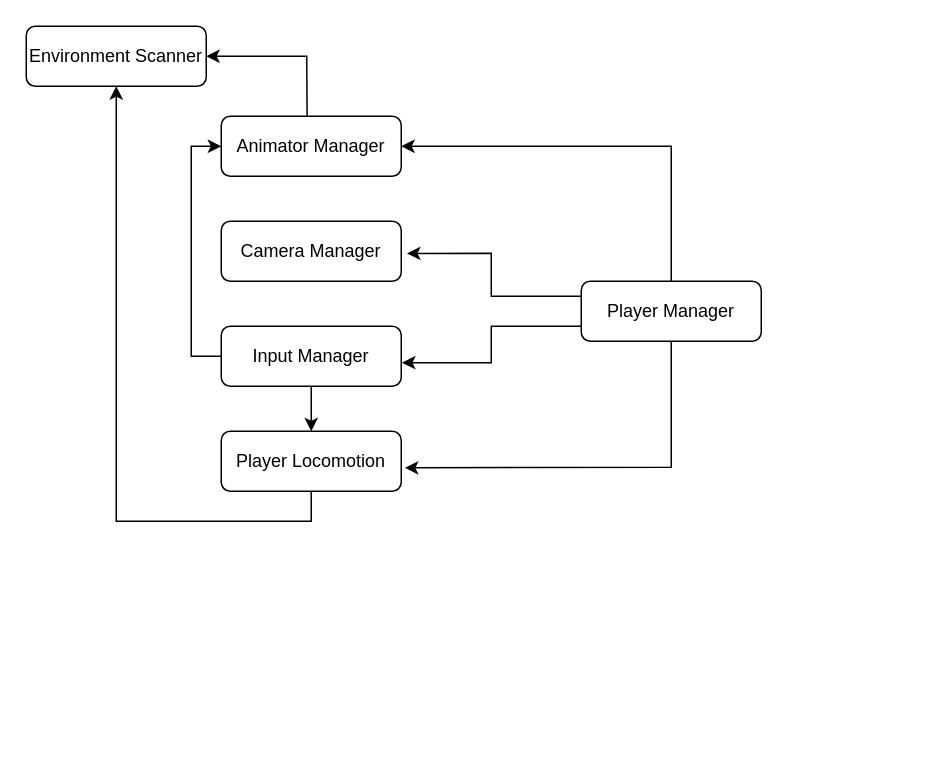
This is sickAssCharacterController/Assets/CodeStructureSickAss.drawio from TheAwesomeShaz/SickAssCharacterController, a draw.io file, before an edit. Source tidied: cells renumbered, new cells numbered last; positions are measured from the earlier drawing's top-left corner, leaving out a move shared by most shapes. Both pictures are drawn from the tidied source at 150%, with x=0, y=0 at pixel (26, 26).
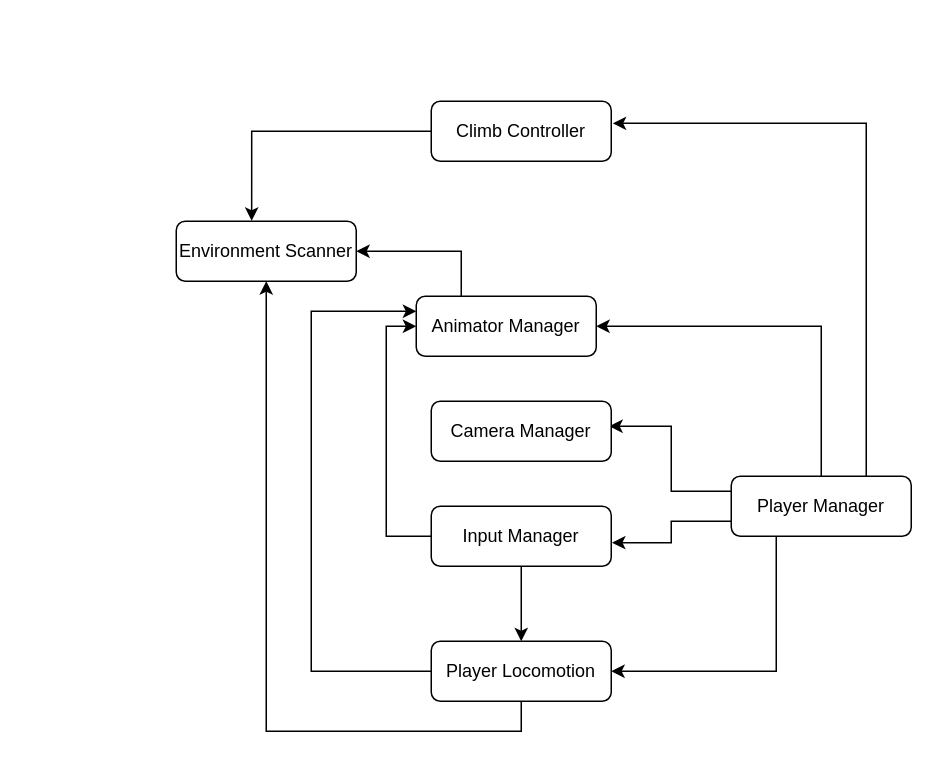
After the change.

The edit, as a diff of the source:
```diff
@@
     <mxCell id="2" value="Animator Manager" style="rounded=1;whiteSpace=wrap;html=1;fontSize=12;glass=0;strokeWidth=1;shadow=0;" parent="1" vertex="1">
-      <mxGeometry x="130" y="60" width="120" height="40" as="geometry" />
+      <mxGeometry x="260" y="180" width="120" height="40" as="geometry" />
     </mxCell>
-    <mxCell id="3" style="edgeStyle=orthogonalEdgeStyle;rounded=0;jettySize=auto;html=1;exitX=0;exitY=0.25;exitDx=0;exitDy=0;entryX=1.032;entryY=0.536;entryDx=0;entryDy=0;entryPerimeter=0;" parent="1" edge="1" source="6" target="7">
+    <mxCell id="3" style="edgeStyle=orthogonalEdgeStyle;rounded=0;jettySize=auto;html=1;exitX=0;exitY=0.25;exitDx=0;exitDy=0;entryX=0.989;entryY=0.417;entryDx=0;entryDy=0;entryPerimeter=0;" parent="1" edge="1" source="6" target="7">
       <mxGeometry relative="1" as="geometry">
         <Array as="points">
-          <mxPoint x="310" y="180" />
-          <mxPoint x="310" y="151" />
+          <mxPoint x="430" y="310" />
+          <mxPoint x="430" y="267" />
         </Array>
       </mxGeometry>
     </mxCell>
@@
+    <mxCell id="16" style="edgeStyle=orthogonalEdgeStyle;rounded=0;jettySize=auto;html=1;exitX=0.75;exitY=0;exitDx=0;exitDy=0;entryX=1.008;entryY=0.368;entryDx=0;entryDy=0;entryPerimeter=0;" parent="1" edge="1" source="6" target="19">
+      <mxGeometry relative="1" as="geometry" />
+    </mxCell>
     <mxCell id="6" value="Player Manager" style="rounded=1;whiteSpace=wrap;html=1;fontSize=12;glass=0;strokeWidth=1;shadow=0;" parent="1" vertex="1">
-      <mxGeometry x="370" y="170" width="120" height="40" as="geometry" />
+      <mxGeometry x="470" y="300" width="120" height="40" as="geometry" />
     </mxCell>
     <mxCell id="7" value="Camera Manager" style="rounded=1;whiteSpace=wrap;html=1;fontSize=12;glass=0;strokeWidth=1;shadow=0;" parent="1" vertex="1">
-      <mxGeometry x="130" y="130" width="120" height="40" as="geometry" />
+      <mxGeometry x="270" y="250" width="120" height="40" as="geometry" />
     </mxCell>
@@
     <mxCell id="10" value="Input Manager" style="rounded=1;whiteSpace=wrap;html=1;fontSize=12;glass=0;strokeWidth=1;shadow=0;" parent="1" vertex="1">
-      <mxGeometry x="130" y="200" width="120" height="40" as="geometry" />
+      <mxGeometry x="270" y="320" width="120" height="40" as="geometry" />
     </mxCell>
@@
+    <mxCell id="17" style="edgeStyle=orthogonalEdgeStyle;rounded=0;jettySize=auto;html=1;exitX=0;exitY=0.5;exitDx=0;exitDy=0;entryX=0;entryY=0.25;entryDx=0;entryDy=0;" parent="1" edge="1" source="12" target="2">
+      <mxGeometry relative="1" as="geometry">
+        <Array as="points">
+          <mxPoint x="260" y="430" />
+          <mxPoint x="190" y="430" />
+          <mxPoint x="190" y="190" />
+        </Array>
+      </mxGeometry>
+    </mxCell>
     <mxCell id="12" value="Player Locomotion" style="rounded=1;whiteSpace=wrap;html=1;fontSize=12;glass=0;strokeWidth=1;shadow=0;" parent="1" vertex="1">
-      <mxGeometry x="130" y="270" width="120" height="40" as="geometry" />
+      <mxGeometry x="270" y="410" width="120" height="40" as="geometry" />
     </mxCell>
-    <mxCell id="13" style="endArrow=classic;html=1;rounded=0;entryX=1.02;entryY=0.61;entryDx=0;entryDy=0;entryPerimeter=0;exitX=0.5;exitY=1;exitDx=0;exitDy=0;" parent="1" edge="1" source="6" target="12">
+    <mxCell id="13" style="endArrow=classic;html=1;rounded=0;entryX=1;entryY=0.5;entryDx=0;entryDy=0;exitX=0.25;exitY=1;exitDx=0;exitDy=0;" parent="1" edge="1" source="6" target="12">
       <mxGeometry relative="1" as="geometry">
         <Array as="points">
-          <mxPoint x="430" y="294" />
+          <mxPoint x="500" y="430" />
         </Array>
       </mxGeometry>
     </mxCell>
     <mxCell id="14" value="Environment Scanner" style="rounded=1;whiteSpace=wrap;html=1;fontSize=12;glass=0;strokeWidth=1;shadow=0;" parent="1" vertex="1">
-      <mxGeometry width="120" height="40" as="geometry" />
+      <mxGeometry x="100" y="130" width="120" height="40" as="geometry" />
     </mxCell>
-    <mxCell id="15" style="endArrow=classic;html=1;rounded=0;exitX=0.477;exitY=0.001;exitDx=0;exitDy=0;exitPerimeter=0;entryX=1;entryY=0.5;entryDx=0;entryDy=0;" parent="1" edge="1" source="2" target="14">
+    <mxCell id="15" style="endArrow=classic;html=1;rounded=0;exitX=0.25;exitY=0;exitDx=0;exitDy=0;entryX=1;entryY=0.5;entryDx=0;entryDy=0;" parent="1" edge="1" source="2" target="14">
       <mxGeometry relative="1" as="geometry">
         <Array as="points">
-          <mxPoint x="187" y="20" />
+          <mxPoint x="290" y="150" />
         </Array>
       </mxGeometry>
     </mxCell>
+    <mxCell id="18" style="edgeStyle=orthogonalEdgeStyle;rounded=0;jettySize=auto;html=1;exitX=0;exitY=0.5;exitDx=0;exitDy=0;entryX=0.419;entryY=-0.007;entryDx=0;entryDy=0;entryPerimeter=0;" parent="1" edge="1" source="19" target="14">
+      <mxGeometry relative="1" as="geometry">
+        <Array as="points">
+          <mxPoint x="150" y="70" />
+          <mxPoint x="150" y="130" />
+        </Array>
+      </mxGeometry>
+    </mxCell>
+    <mxCell id="19" value="Climb Controller" style="rounded=1;whiteSpace=wrap;html=1;fontSize=12;glass=0;strokeWidth=1;shadow=0;" parent="1" vertex="1">
+      <mxGeometry x="270" y="50" width="120" height="40" as="geometry" />
+    </mxCell>
```
